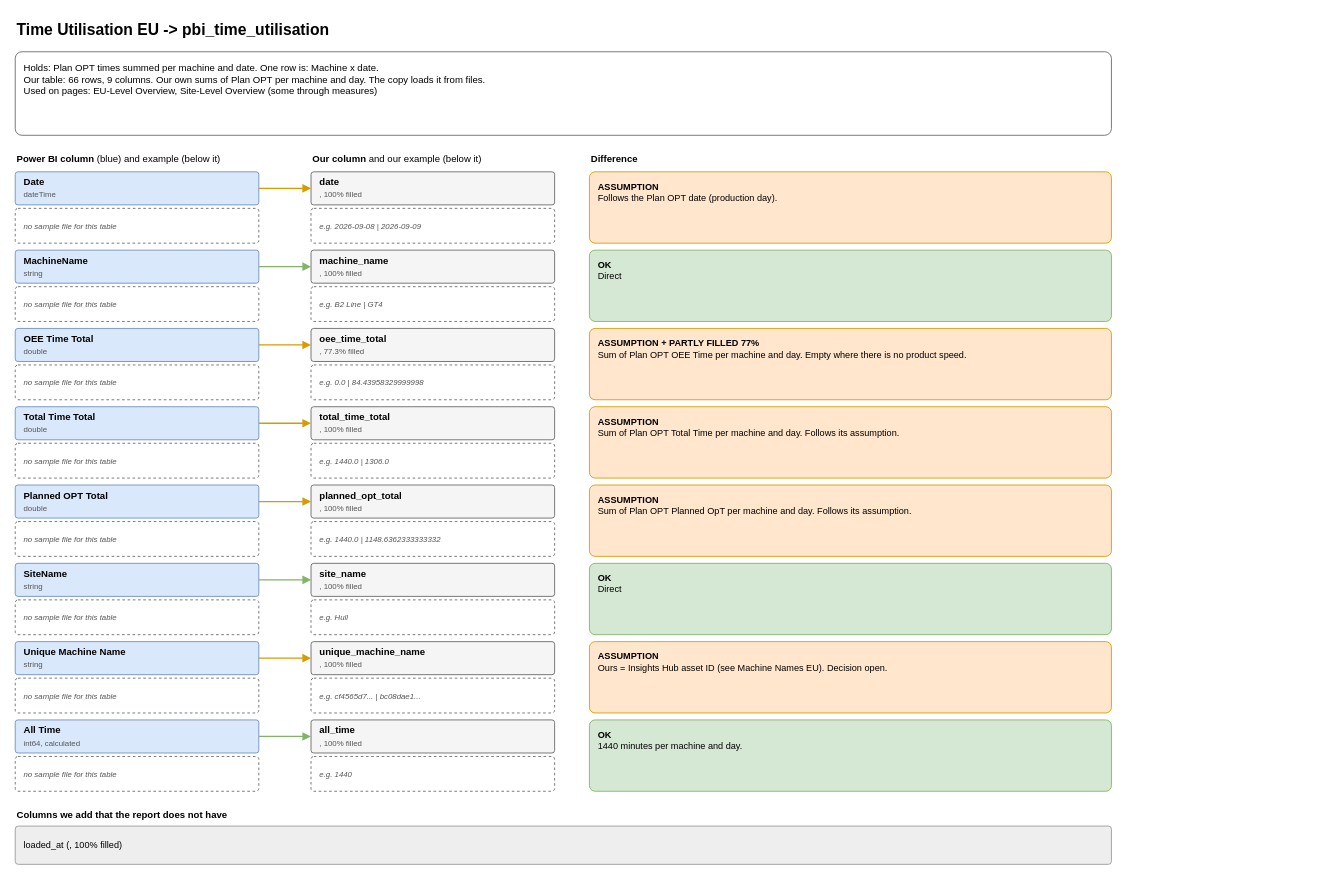
Before: page "4 Time Utilisation EU" (4 of 8) of diagrams/powerbi-data-map.drawio in AbiyyuMufti/SIH-IBMX-R, a draw.io diagram. Source tidied: cells renumbered, new cells numbered last; positions are measured from the earlier drawing's top-left corner, leaving out a move shared by most shapes. Both pictures are drawn from the tidied source at 87%, with x=0, y=0 at pixel (15, 15).
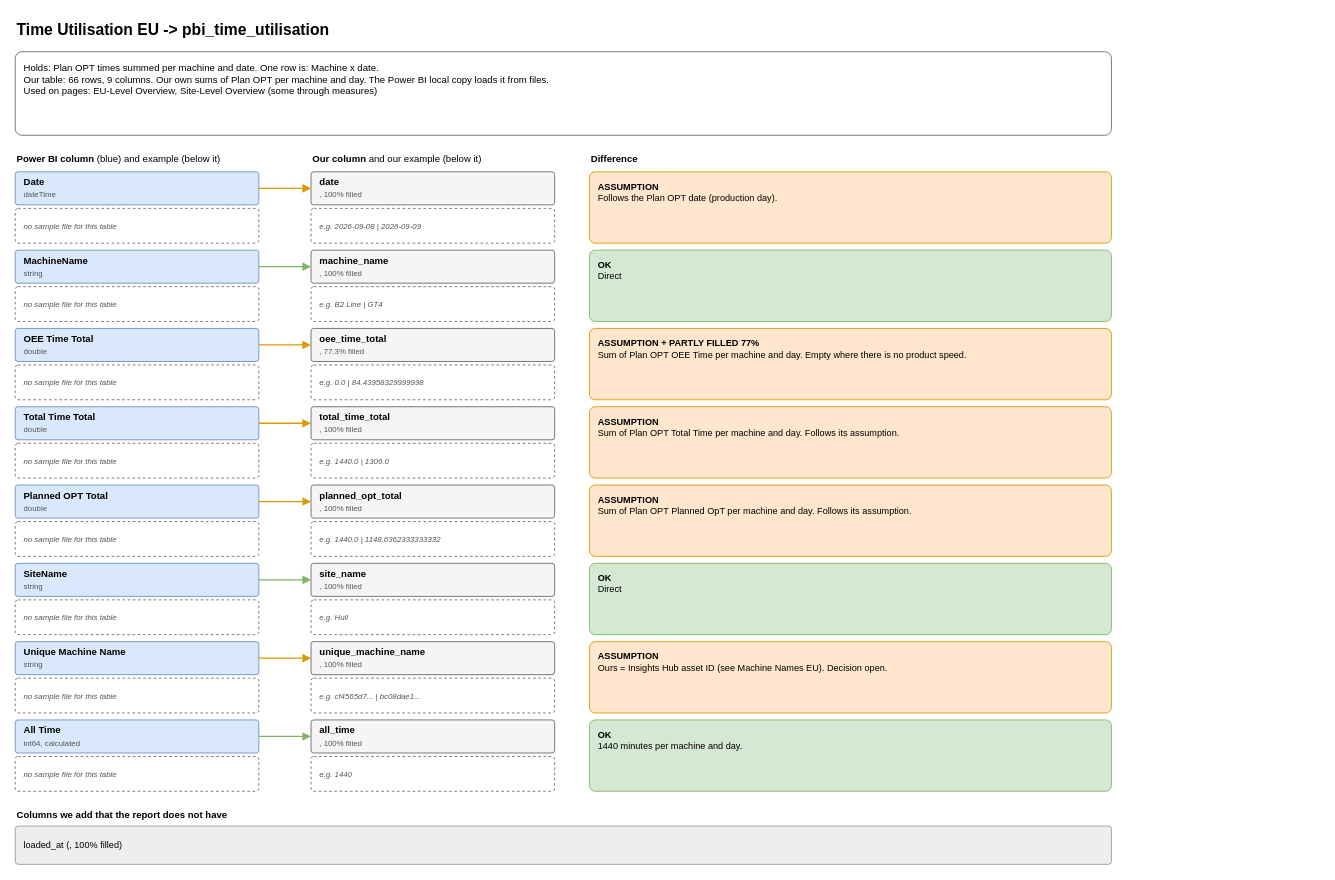
Above is the later version.

Commit message (it also covers changes not shown here):
Diagram: say 'Power BI local copy' instead of 'the copy', add its definition on the overview

The edit, as a diff of the source:
```diff
@@
-    <mxCell id="3" value="Holds: Plan OPT times summed per machine and date. One row is: Machine x date.&lt;br&gt;Our table: 66 rows, 9 columns. Our own sums of Plan OPT per machine and day. The copy loads it from files.&lt;br&gt;Used on pages: EU-Level Overview, Site-Level Overview (some through measures)" style="rounded=1;whiteSpace=wrap;html=1;align=left;verticalAlign=middle;spacingLeft=8;spacingRight=6;spacingTop=2;spacingBottom=2;fontSize=11;arcSize=8;fillColor=#ffffff;strokeColor=#666666;verticalAlign=top;spacingTop=6;fontSize=11;" parent="1" vertex="1">
+    <mxCell id="3" value="Holds: Plan OPT times summed per machine and date. One row is: Machine x date.&lt;br&gt;Our table: 66 rows, 9 columns. Our own sums of Plan OPT per machine and day. The Power BI local copy loads it from files.&lt;br&gt;Used on pages: EU-Level Overview, Site-Level Overview (some through measures)" style="rounded=1;whiteSpace=wrap;html=1;align=left;verticalAlign=middle;spacingLeft=8;spacingRight=6;spacingTop=2;spacingBottom=2;fontSize=11;arcSize=8;fillColor=#ffffff;strokeColor=#666666;verticalAlign=top;spacingTop=6;fontSize=11;" parent="1" vertex="1">
       <mxGeometry y="42" width="1260" height="96" as="geometry" />
     </mxCell>
```
